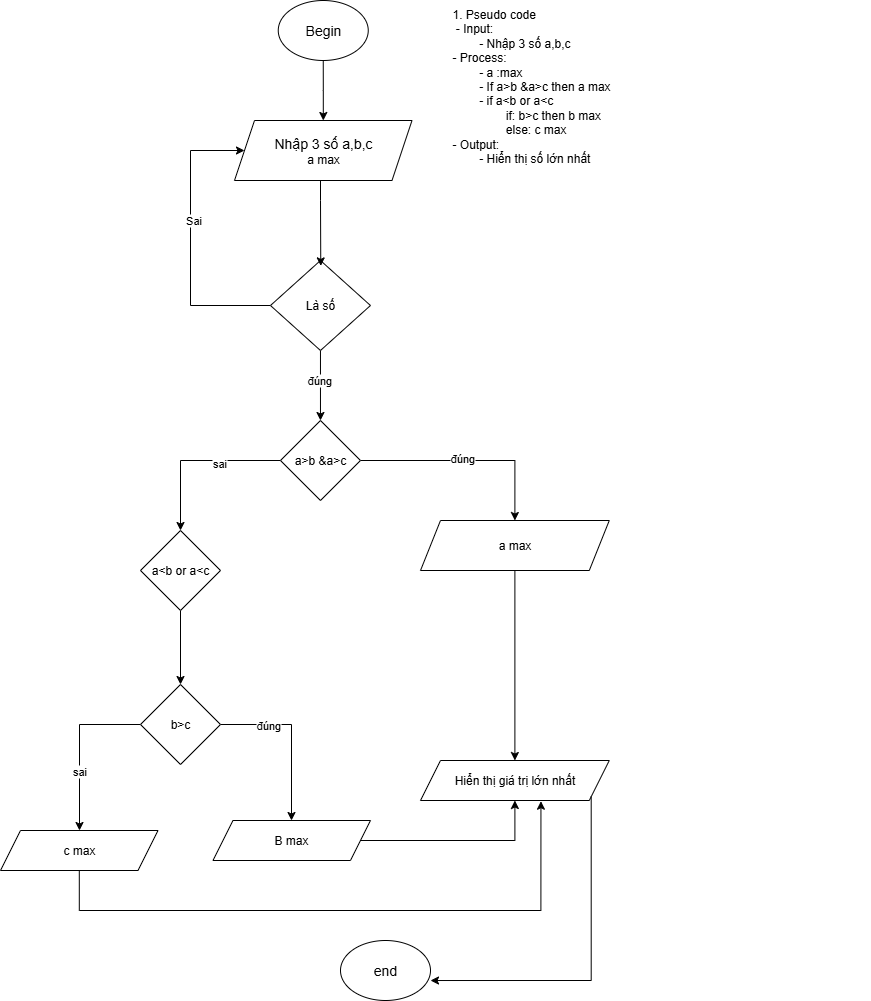
This is Lesson3/codegym-max.drawio.png from NguyenAnnThu/CodeGymL105, a draw.io export, as it was before one commit. Source tidied: cells renumbered, new cells last; positions are measured from the earlier drawing's top-left corner, leaving out a move shared by most shapes. The source it was exported from:
```xml
<mxGraphModel>
  <root>
    <mxCell id="0" />
    <mxCell id="1" parent="0" />
    <mxCell id="2" value="1. Pseudo code&lt;div&gt;&amp;nbsp;- Input:&amp;nbsp;&lt;/div&gt;&lt;div&gt;&lt;span style=&quot;white-space: pre;&quot;&gt;&#9;&lt;/span&gt;- Nhập 3 số a,b,c&amp;nbsp;&lt;br&gt;&lt;/div&gt;&lt;div&gt;- Process:&lt;/div&gt;&lt;div&gt;&lt;span style=&quot;white-space: pre;&quot;&gt;&#9;&lt;/span&gt;- a :max&lt;/div&gt;&lt;div&gt;&lt;span style=&quot;white-space: pre;&quot;&gt;&#9;&lt;/span&gt;- If a&amp;gt;b &amp;amp;a&amp;gt;c then a max&lt;br&gt;&lt;/div&gt;&lt;div&gt;&lt;span style=&quot;white-space: pre;&quot;&gt;&#9;&lt;/span&gt;- if a&amp;lt;b or a&amp;lt;c&amp;nbsp;&lt;br&gt;&lt;/div&gt;&lt;div&gt;&lt;span style=&quot;white-space: pre;&quot;&gt;&#9;&lt;/span&gt;&lt;span style=&quot;white-space: pre;&quot;&gt;&#9;&lt;/span&gt;if: b&amp;gt;c then b max&lt;br&gt;&lt;/div&gt;&lt;div&gt;&lt;span style=&quot;white-space: pre;&quot;&gt;&#9;&lt;/span&gt;&lt;span style=&quot;white-space: pre;&quot;&gt;&#9;&lt;/span&gt;else: c max&lt;br&gt;&lt;/div&gt;&lt;div&gt;- Output:&lt;/div&gt;&lt;div&gt;&lt;span style=&quot;white-space: pre;&quot;&gt;&#9;&lt;/span&gt;- Hiển thị số lớn nhất&lt;br&gt;&lt;/div&gt;" style="text;whiteSpace=wrap;html=1;" parent="1" vertex="1">
      <mxGeometry x="450" width="420" height="110" as="geometry" />
    </mxCell>
    <mxCell id="3" value="&lt;font style=&quot;font-size: 14px;&quot;&gt;Begin&lt;/font&gt;" style="ellipse;whiteSpace=wrap;html=1;" parent="1" vertex="1">
      <mxGeometry x="277.8" width="90" height="60" as="geometry" />
    </mxCell>
    <mxCell id="4" style="edgeStyle=orthogonalEdgeStyle;rounded=0;jettySize=auto;html=1;" parent="1" edge="1" source="5" target="30">
      <mxGeometry relative="1" as="geometry" />
    </mxCell>
    <mxCell id="5" value="a max" style="shape=parallelogram;perimeter=parallelogramPerimeter;whiteSpace=wrap;html=1;fixedSize=1;" parent="1" vertex="1">
      <mxGeometry x="420" y="520" width="188.8" height="50" as="geometry" />
    </mxCell>
    <mxCell id="6" style="edgeStyle=orthogonalEdgeStyle;rounded=0;jettySize=auto;html=1;" parent="1" edge="1" source="10" target="14">
      <mxGeometry relative="1" as="geometry">
        <Array as="points">
          <mxPoint x="190" y="305" />
          <mxPoint x="190" y="150" />
        </Array>
      </mxGeometry>
    </mxCell>
    <mxCell id="7" value="Sai" style="edgeLabel;html=1;align=center;verticalAlign=middle;" parent="6" vertex="1">
      <mxGeometry x="0.14" y="-2" relative="1" as="geometry" />
    </mxCell>
    <mxCell id="8" style="edgeStyle=orthogonalEdgeStyle;rounded=0;jettySize=auto;html=1;" parent="1" edge="1" source="10" target="21">
      <mxGeometry relative="1" as="geometry" />
    </mxCell>
    <mxCell id="9" value="đúng" style="edgeLabel;html=1;align=center;verticalAlign=middle;" parent="8" vertex="1">
      <mxGeometry x="-0.17" y="-1" relative="1" as="geometry" />
    </mxCell>
    <mxCell id="10" value="Là số" style="rhombus;whiteSpace=wrap;html=1;" parent="1" vertex="1">
      <mxGeometry x="270" y="260" width="100" height="90" as="geometry" />
    </mxCell>
    <mxCell id="11" value="&lt;span style=&quot;font-size: 14px;&quot;&gt;end&lt;/span&gt;" style="ellipse;whiteSpace=wrap;html=1;" parent="1" vertex="1">
      <mxGeometry x="340" y="940" width="90" height="60" as="geometry" />
    </mxCell>
    <mxCell id="12" style="edgeStyle=orthogonalEdgeStyle;rounded=0;jettySize=auto;html=1;" parent="1" edge="1" source="13" target="30">
      <mxGeometry relative="1" as="geometry" />
    </mxCell>
    <mxCell id="13" value="B max" style="shape=parallelogram;perimeter=parallelogramPerimeter;whiteSpace=wrap;html=1;fixedSize=1;" parent="1" vertex="1">
      <mxGeometry x="212.5" y="820" width="157.5" height="40" as="geometry" />
    </mxCell>
    <mxCell id="14" value="&lt;div&gt;&lt;span style=&quot;font-size: 14px;&quot;&gt;Nhập 3 số a,b,c&lt;/span&gt;&lt;/div&gt;&lt;div&gt;a max&lt;/div&gt;" style="shape=parallelogram;perimeter=parallelogramPerimeter;whiteSpace=wrap;html=1;fixedSize=1;" parent="1" vertex="1">
      <mxGeometry x="234" y="120" width="177.5" height="60" as="geometry" />
    </mxCell>
    <mxCell id="15" style="edgeStyle=orthogonalEdgeStyle;rounded=0;jettySize=auto;html=1;" parent="1" edge="1" source="3" target="14">
      <mxGeometry relative="1" as="geometry" />
    </mxCell>
    <mxCell id="16" style="edgeStyle=orthogonalEdgeStyle;rounded=0;jettySize=auto;html=1;entryX=0.503;entryY=0.06;entryDx=0;entryDy=0;entryPerimeter=0;" parent="1" edge="1" source="14" target="10">
      <mxGeometry relative="1" as="geometry">
        <Array as="points">
          <mxPoint x="320" y="200" />
          <mxPoint x="320" y="200" />
        </Array>
      </mxGeometry>
    </mxCell>
    <mxCell id="17" style="edgeStyle=orthogonalEdgeStyle;rounded=0;jettySize=auto;html=1;entryX=0.5;entryY=0;entryDx=0;entryDy=0;" parent="1" edge="1" source="21" target="5">
      <mxGeometry relative="1" as="geometry" />
    </mxCell>
    <mxCell id="18" value="đúng" style="edgeLabel;html=1;align=center;verticalAlign=middle;" parent="17" vertex="1">
      <mxGeometry x="-0.05" y="3" relative="1" as="geometry" />
    </mxCell>
    <mxCell id="19" style="edgeStyle=orthogonalEdgeStyle;rounded=0;jettySize=auto;html=1;" parent="1" edge="1" source="21" target="23">
      <mxGeometry relative="1" as="geometry" />
    </mxCell>
    <mxCell id="20" value="sai" style="edgeLabel;html=1;align=center;verticalAlign=middle;" parent="19" vertex="1">
      <mxGeometry x="-0.28" y="2" relative="1" as="geometry" />
    </mxCell>
    <mxCell id="21" value="a&amp;gt;b &amp;amp;a&amp;gt;c" style="rhombus;whiteSpace=wrap;html=1;" parent="1" vertex="1">
      <mxGeometry x="280" y="420" width="80" height="80" as="geometry" />
    </mxCell>
    <mxCell id="22" style="edgeStyle=orthogonalEdgeStyle;rounded=0;jettySize=auto;html=1;" parent="1" edge="1" source="23" target="28">
      <mxGeometry relative="1" as="geometry" />
    </mxCell>
    <mxCell id="23" value="a&amp;lt;b or a&amp;lt;c" style="rhombus;whiteSpace=wrap;html=1;" parent="1" vertex="1">
      <mxGeometry x="140" y="530" width="80" height="80" as="geometry" />
    </mxCell>
    <mxCell id="24" style="edgeStyle=orthogonalEdgeStyle;rounded=0;jettySize=auto;html=1;" parent="1" edge="1" source="28" target="13">
      <mxGeometry relative="1" as="geometry">
        <Array as="points">
          <mxPoint x="291" y="724" />
        </Array>
      </mxGeometry>
    </mxCell>
    <mxCell id="25" value="đúng" style="edgeLabel;html=1;align=center;verticalAlign=middle;" parent="24" vertex="1">
      <mxGeometry x="-0.44" relative="1" as="geometry" />
    </mxCell>
    <mxCell id="26" style="edgeStyle=orthogonalEdgeStyle;rounded=0;jettySize=auto;html=1;" parent="1" edge="1" source="28" target="29">
      <mxGeometry relative="1" as="geometry">
        <Array as="points">
          <mxPoint x="79" y="724" />
        </Array>
      </mxGeometry>
    </mxCell>
    <mxCell id="27" value="sai" style="edgeLabel;html=1;align=center;verticalAlign=middle;" parent="26" vertex="1">
      <mxGeometry x="0.29" y="-1" relative="1" as="geometry" />
    </mxCell>
    <mxCell id="28" value="b&amp;gt;c" style="rhombus;whiteSpace=wrap;html=1;" parent="1" vertex="1">
      <mxGeometry x="140" y="684" width="80" height="80" as="geometry" />
    </mxCell>
    <mxCell id="29" value="c max" style="shape=parallelogram;perimeter=parallelogramPerimeter;whiteSpace=wrap;html=1;fixedSize=1;" parent="1" vertex="1">
      <mxGeometry y="830" width="157.5" height="40" as="geometry" />
    </mxCell>
    <mxCell id="30" value="Hiển thị giá trị lớn nhất" style="shape=parallelogram;perimeter=parallelogramPerimeter;whiteSpace=wrap;html=1;fixedSize=1;" parent="1" vertex="1">
      <mxGeometry x="420" y="760" width="188.8" height="40" as="geometry" />
    </mxCell>
    <mxCell id="31" style="edgeStyle=orthogonalEdgeStyle;rounded=0;jettySize=auto;html=1;entryX=0.638;entryY=1.018;entryDx=0;entryDy=0;entryPerimeter=0;" parent="1" edge="1" source="29" target="30">
      <mxGeometry relative="1" as="geometry">
        <Array as="points">
          <mxPoint x="79" y="910" />
          <mxPoint x="540" y="910" />
        </Array>
      </mxGeometry>
    </mxCell>
    <mxCell id="32" style="edgeStyle=orthogonalEdgeStyle;rounded=0;jettySize=auto;html=1;entryX=1;entryY=0.667;entryDx=0;entryDy=0;entryPerimeter=0;exitX=1;exitY=1;exitDx=0;exitDy=0;" parent="1" edge="1" source="30" target="11">
      <mxGeometry relative="1" as="geometry" />
    </mxCell>
  </root>
</mxGraphModel>
```
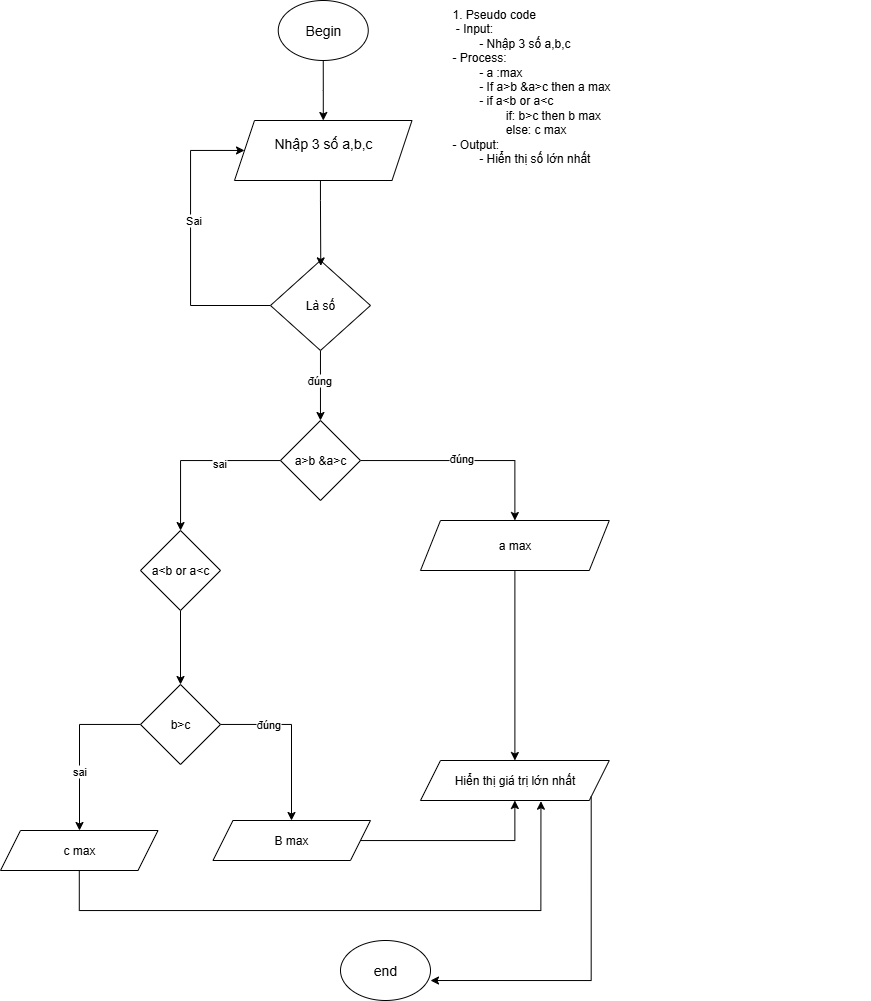
The same diagram one commit later.

Diff of the diagram source:
```diff
@@ -43,7 +43,7 @@
     <mxCell id="13" value="B max" style="shape=parallelogram;perimeter=parallelogramPerimeter;whiteSpace=wrap;html=1;fixedSize=1;" parent="1" vertex="1">
       <mxGeometry x="212.5" y="820" width="157.5" height="40" as="geometry" />
     </mxCell>
-    <mxCell id="14" value="&lt;div&gt;&lt;span style=&quot;font-size: 14px;&quot;&gt;Nhập 3 số a,b,c&lt;/span&gt;&lt;/div&gt;&lt;div&gt;a max&lt;/div&gt;" style="shape=parallelogram;perimeter=parallelogramPerimeter;whiteSpace=wrap;html=1;fixedSize=1;" parent="1" vertex="1">
+    <mxCell id="14" value="&lt;div&gt;&lt;span style=&quot;font-size: 14px;&quot;&gt;Nhập 3 số a,b,c&lt;/span&gt;&lt;/div&gt;&lt;div&gt;&lt;br&gt;&lt;/div&gt;" style="shape=parallelogram;perimeter=parallelogramPerimeter;whiteSpace=wrap;html=1;fixedSize=1;" parent="1" vertex="1">
       <mxGeometry x="234" y="120" width="177.5" height="60" as="geometry" />
     </mxCell>
     <mxCell id="15" style="edgeStyle=orthogonalEdgeStyle;rounded=0;jettySize=auto;html=1;" parent="1" edge="1" source="3" target="14">
```
